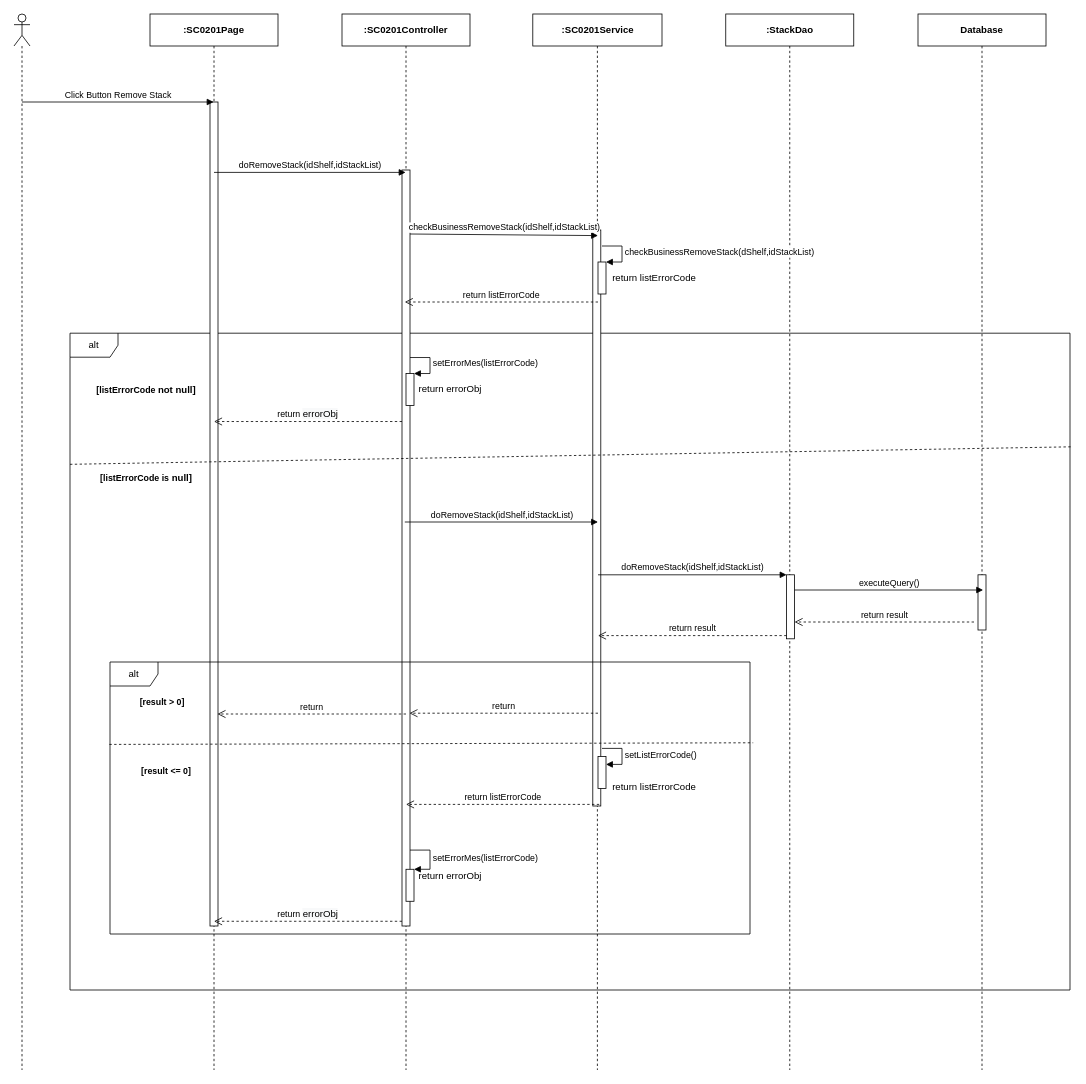
The draw.io diagram page "Ev07" (7 of 7) of 2. Approved/SEQ Diagram/sc02/SC0201_ShelfDetail.drawio in luannmdev/CapstoneDocument, before the edit. Source tidied: cells renumbered, new cells numbered last; positions are measured from the earlier drawing's top-left corner, leaving out a move shared by most shapes. Both pictures are drawn from the tidied source at 80%, with x=0, y=0 at pixel (14, 14).
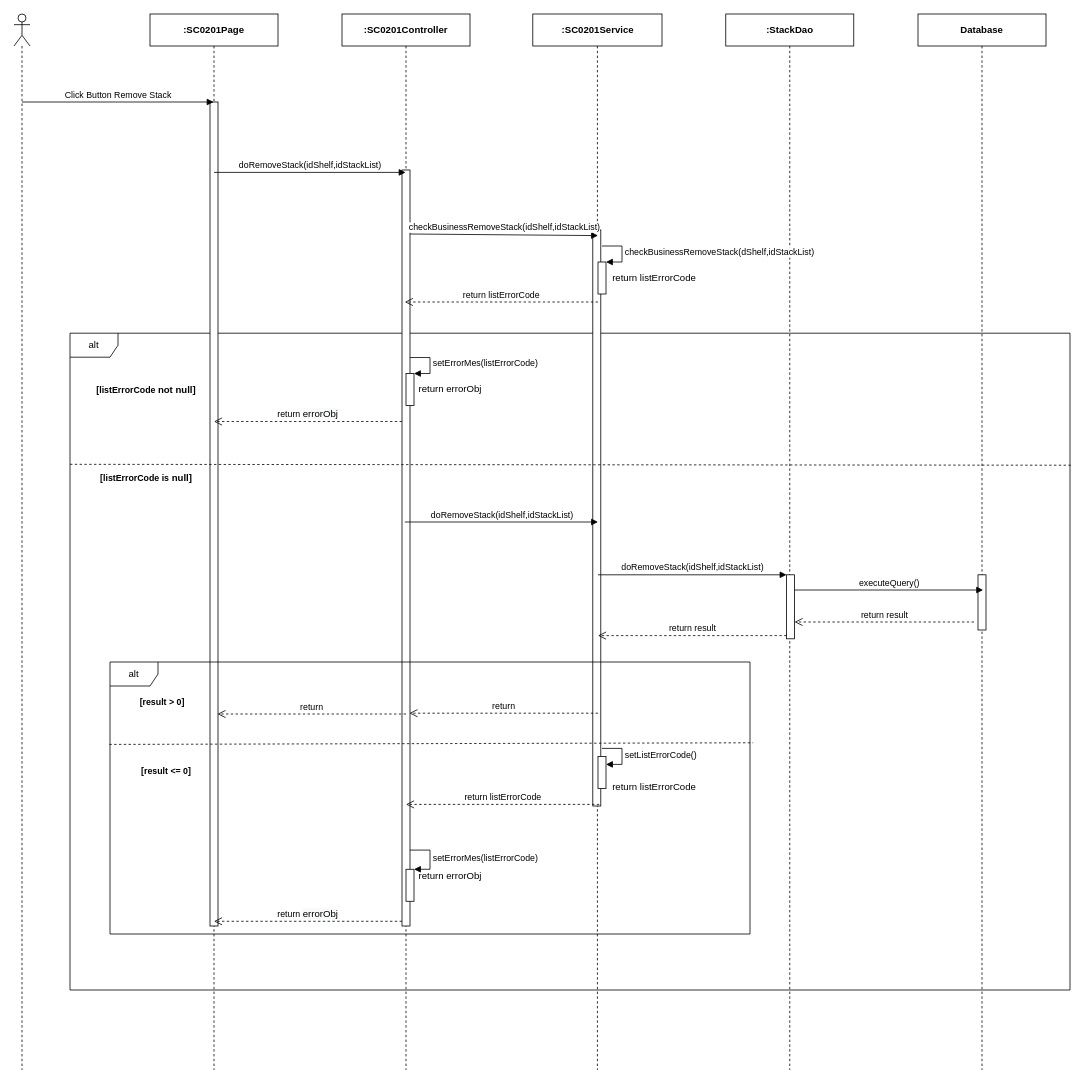
After the change.

Unchanged cells that the change refers to:
```xml
<mxCell id="2" value="alt" style="shape=umlFrame;whiteSpace=wrap;html=1;" parent="1" vertex="1">
  <mxGeometry x="70" y="399" width="1250" height="821" as="geometry" />
</mxCell>
```

Change to the diagram source:
```diff
@@
-    <mxCell id="41" style="endArrow=none;dashed=1;html=1;exitX=0;exitY=0.253;exitDx=0;exitDy=0;exitPerimeter=0;entryX=1.001;entryY=0.173;entryDx=0;entryDy=0;entryPerimeter=0;" parent="1" edge="1" target="2">
+    <mxCell id="41" style="endArrow=none;dashed=1;html=1;exitX=0;exitY=0.253;exitDx=0;exitDy=0;exitPerimeter=0;entryX=1.001;entryY=0.201;entryDx=0;entryDy=0;entryPerimeter=0;" parent="1" edge="1" target="2">
       <mxGeometry relative="1" as="geometry">
         <mxPoint x="70" y="562.9" as="sourcePoint" />
       </mxGeometry>
     </mxCell>
```
